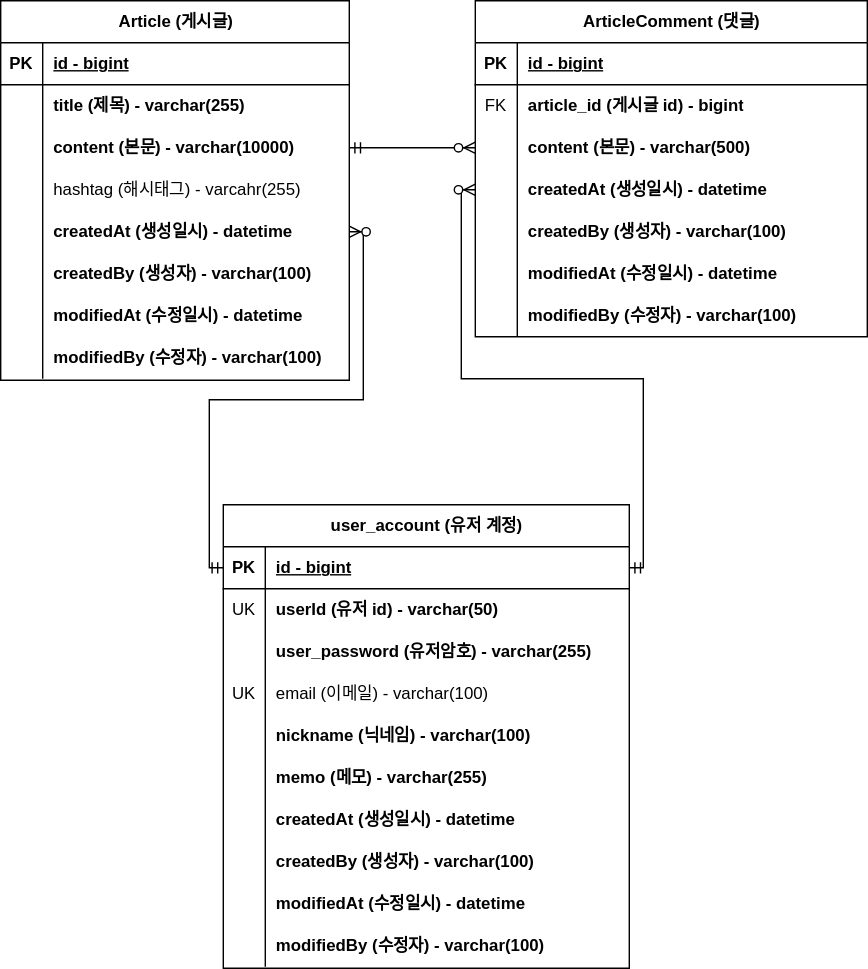
zjdtm/fastcampus-project-board keeps this draw.io diagram as document/project-board-erd.svg. Above is the earlier version. Source tidied: cells renumbered, new cells last; positions are measured from the earlier drawing's top-left corner, leaving out a move shared by most shapes.
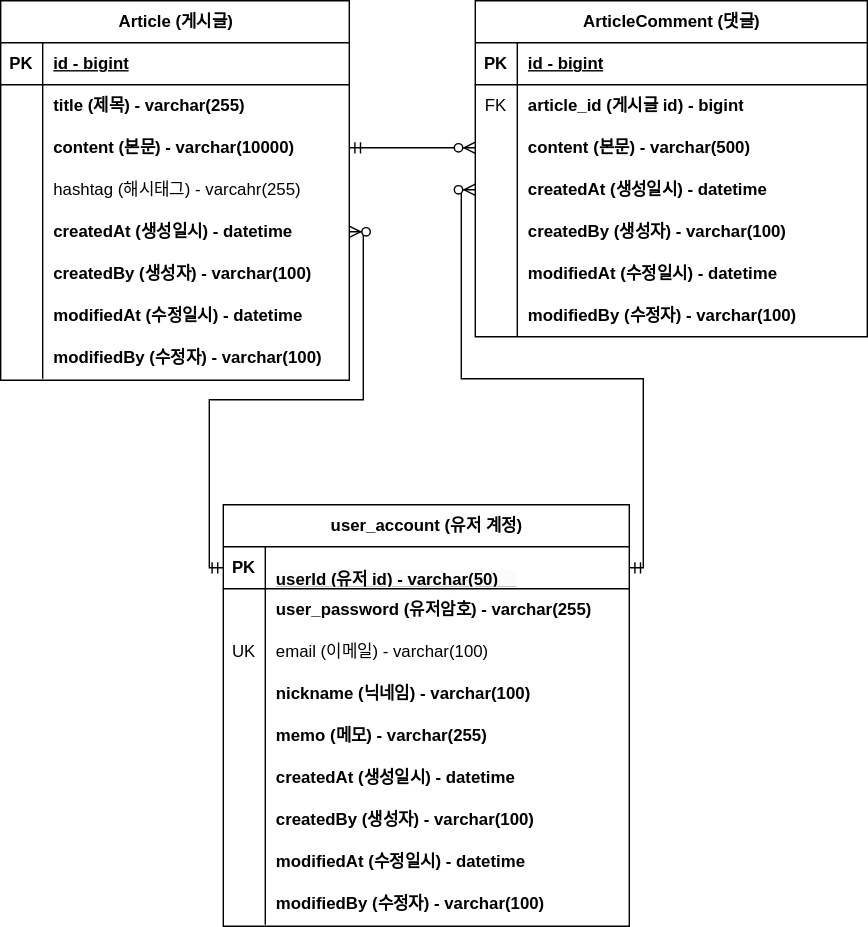
After the commit.

Commit message:
회원 계정 기존 `id` 를 삭제하고 `user_id`를 pk 로 변경하는 그림 적용

Change to the diagram source:
```diff
@@ -147,7 +147,7 @@
       <mxGeometry relative="1" as="geometry" />
     </mxCell>
     <mxCell id="50" value="user_account (유저 계정)" style="shape=table;startSize=30;rowLines=0;fontStyle=1;align=center;html=1;" parent="1" vertex="1">
-      <mxGeometry x="159" y="360" width="290" height="331" as="geometry" />
+      <mxGeometry x="159" y="360" width="290" height="301" as="geometry" />
     </mxCell>
     <mxCell id="51" style="shape=tableRow;horizontal=0;startSize=0;swimlaneHead=0;swimlaneBody=0;fillColor=none;points=[[0,0.5],[1,0.5]];portConstraint=eastwest;top=0;left=0;right=0;bottom=1;" parent="50" vertex="1">
       <mxGeometry y="30" width="290" height="30" as="geometry" />
@@ -155,20 +155,11 @@
     <mxCell id="52" value="PK" style="shape=partialRectangle;fillColor=none;top=0;left=0;bottom=0;right=0;fontStyle=1;overflow=hidden;whiteSpace=wrap;html=1;" parent="51" vertex="1">
       <mxGeometry width="30" height="30" as="geometry" />
     </mxCell>
-    <mxCell id="53" value="id - bigint" style="shape=partialRectangle;fillColor=none;top=0;left=0;bottom=0;right=0;align=left;spacingLeft=6;fontStyle=5;overflow=hidden;whiteSpace=wrap;html=1;" parent="51" vertex="1">
+    <mxCell id="53" value="&lt;br&gt;&lt;span style=&quot;color: rgb(0, 0, 0); font-family: Helvetica; font-size: 12px; font-style: normal; font-variant-ligatures: normal; font-variant-caps: normal; font-weight: 700; letter-spacing: normal; orphans: 2; text-indent: 0px; text-transform: none; widows: 2; word-spacing: 0px; -webkit-text-stroke-width: 0px; background-color: rgb(251, 251, 251); text-decoration-thickness: initial; text-decoration-style: initial; text-decoration-color: initial; float: none; display: inline !important;&quot;&gt;userId (유저 id) - varchar(50)&lt;/span&gt;&lt;span style=&quot;border-color: var(--border-color); color: rgb(0, 0, 0); font-family: Helvetica; font-size: 12px; font-style: normal; font-variant-ligatures: normal; font-variant-caps: normal; font-weight: 700; letter-spacing: normal; orphans: 2; text-indent: 0px; text-transform: none; widows: 2; word-spacing: 0px; -webkit-text-stroke-width: 0px; background-color: rgb(251, 251, 251); text-decoration-thickness: initial; text-decoration-style: initial; text-decoration-color: initial;&quot;&gt;&lt;span style=&quot;white-space: pre;&quot;&gt;&amp;nbsp;&amp;nbsp;&amp;nbsp;&amp;nbsp;&lt;/span&gt;&lt;/span&gt;&lt;br&gt;" style="shape=partialRectangle;fillColor=none;top=0;left=0;bottom=0;right=0;align=left;spacingLeft=6;fontStyle=5;overflow=hidden;whiteSpace=wrap;html=1;" parent="51" vertex="1">
       <mxGeometry x="30" width="260" height="30" as="geometry" />
     </mxCell>
-    <mxCell id="54" style="shape=tableRow;horizontal=0;startSize=0;swimlaneHead=0;swimlaneBody=0;fillColor=none;top=0;left=0;right=0;bottom=0;" parent="50" vertex="1">
-      <mxGeometry y="60" width="290" height="30" as="geometry" />
-    </mxCell>
-    <mxCell id="55" value="UK" style="shape=partialRectangle;fillColor=none;top=0;left=0;bottom=0;right=0;overflow=hidden;whiteSpace=wrap;html=1;" parent="54" vertex="1">
-      <mxGeometry width="30" height="30" as="geometry" />
-    </mxCell>
-    <mxCell id="56" value="userId (유저 id) - varchar(50)&lt;span style=&quot;white-space: pre;&quot;&gt;&#9;&lt;/span&gt;&lt;br&gt;" style="shape=partialRectangle;fillColor=none;top=0;left=0;bottom=0;right=0;align=left;spacingLeft=6;overflow=hidden;whiteSpace=wrap;html=1;fontStyle=1;" parent="54" vertex="1">
-      <mxGeometry x="30" width="260" height="30" as="geometry" />
-    </mxCell>
     <mxCell id="57" style="shape=tableRow;horizontal=0;startSize=0;swimlaneHead=0;swimlaneBody=0;fillColor=none;top=0;left=0;right=0;bottom=0;" parent="50" vertex="1">
-      <mxGeometry y="90" width="290" height="30" as="geometry" />
+      <mxGeometry y="60" width="290" height="30" as="geometry" />
     </mxCell>
     <mxCell id="58" style="shape=partialRectangle;fillColor=none;top=0;left=0;bottom=0;right=0;overflow=hidden;whiteSpace=wrap;html=1;" parent="57" vertex="1">
       <mxGeometry width="30" height="30" as="geometry" />
@@ -177,7 +168,7 @@
       <mxGeometry x="30" width="260" height="30" as="geometry" />
     </mxCell>
     <mxCell id="60" style="shape=tableRow;horizontal=0;startSize=0;swimlaneHead=0;swimlaneBody=0;fillColor=none;top=0;left=0;right=0;bottom=0;" parent="50" vertex="1">
-      <mxGeometry y="120" width="290" height="30" as="geometry" />
+      <mxGeometry y="90" width="290" height="30" as="geometry" />
     </mxCell>
     <mxCell id="61" value="UK" style="shape=partialRectangle;fillColor=none;top=0;left=0;bottom=0;right=0;overflow=hidden;whiteSpace=wrap;html=1;" parent="60" vertex="1">
       <mxGeometry width="30" height="30" as="geometry" />
@@ -186,7 +177,7 @@
       <mxGeometry x="30" width="260" height="30" as="geometry" />
     </mxCell>
     <mxCell id="63" style="shape=tableRow;horizontal=0;startSize=0;swimlaneHead=0;swimlaneBody=0;fillColor=none;top=0;left=0;right=0;bottom=0;" parent="50" vertex="1">
-      <mxGeometry y="150" width="290" height="30" as="geometry" />
+      <mxGeometry y="120" width="290" height="30" as="geometry" />
     </mxCell>
     <mxCell id="64" style="shape=partialRectangle;fillColor=none;top=0;left=0;bottom=0;right=0;overflow=hidden;whiteSpace=wrap;html=1;" parent="63" vertex="1">
       <mxGeometry width="30" height="30" as="geometry" />
@@ -195,7 +186,7 @@
       <mxGeometry x="30" width="260" height="30" as="geometry" />
     </mxCell>
     <mxCell id="66" style="shape=tableRow;horizontal=0;startSize=0;swimlaneHead=0;swimlaneBody=0;fillColor=none;top=0;left=0;right=0;bottom=0;" parent="50" vertex="1">
-      <mxGeometry y="180" width="290" height="30" as="geometry" />
+      <mxGeometry y="150" width="290" height="30" as="geometry" />
     </mxCell>
     <mxCell id="67" style="shape=partialRectangle;fillColor=none;top=0;left=0;bottom=0;right=0;overflow=hidden;whiteSpace=wrap;html=1;" parent="66" vertex="1">
       <mxGeometry width="30" height="30" as="geometry" />
@@ -204,7 +195,7 @@
       <mxGeometry x="30" width="260" height="30" as="geometry" />
     </mxCell>
     <mxCell id="69" style="shape=tableRow;horizontal=0;startSize=0;swimlaneHead=0;swimlaneBody=0;fillColor=none;top=0;left=0;right=0;bottom=0;" parent="50" vertex="1">
-      <mxGeometry y="210" width="290" height="30" as="geometry" />
+      <mxGeometry y="180" width="290" height="30" as="geometry" />
     </mxCell>
     <mxCell id="70" value="&lt;span style=&quot;white-space: pre;&quot;&gt;&#9;&lt;/span&gt;&lt;span style=&quot;white-space: pre;&quot;&gt;&#9;&lt;/span&gt;&lt;span style=&quot;white-space: pre;&quot;&gt;&#9;&lt;/span&gt;&lt;span style=&quot;white-space: pre;&quot;&gt;&#9;&lt;/span&gt;" style="shape=partialRectangle;fillColor=none;top=0;left=0;bottom=0;right=0;overflow=hidden;whiteSpace=wrap;html=1;" parent="69" vertex="1">
       <mxGeometry width="30" height="30" as="geometry" />
@@ -213,7 +204,7 @@
       <mxGeometry x="30" width="260" height="30" as="geometry" />
     </mxCell>
     <mxCell id="72" style="shape=tableRow;horizontal=0;startSize=0;swimlaneHead=0;swimlaneBody=0;fillColor=none;top=0;left=0;right=0;bottom=0;" parent="50" vertex="1">
-      <mxGeometry y="240" width="290" height="30" as="geometry" />
+      <mxGeometry y="210" width="290" height="30" as="geometry" />
     </mxCell>
     <mxCell id="73" value="&lt;br&gt;" style="shape=partialRectangle;fillColor=none;top=0;left=0;bottom=0;right=0;overflow=hidden;whiteSpace=wrap;html=1;" parent="72" vertex="1">
       <mxGeometry width="30" height="30" as="geometry" />
@@ -222,7 +213,7 @@
       <mxGeometry x="30" width="260" height="30" as="geometry" />
     </mxCell>
     <mxCell id="75" style="shape=tableRow;horizontal=0;startSize=0;swimlaneHead=0;swimlaneBody=0;fillColor=none;top=0;left=0;right=0;bottom=0;" parent="50" vertex="1">
-      <mxGeometry y="270" width="290" height="30" as="geometry" />
+      <mxGeometry y="240" width="290" height="30" as="geometry" />
     </mxCell>
     <mxCell id="76" value="&lt;br&gt;" style="shape=partialRectangle;fillColor=none;top=0;left=0;bottom=0;right=0;overflow=hidden;whiteSpace=wrap;html=1;" parent="75" vertex="1">
       <mxGeometry width="30" height="30" as="geometry" />
@@ -231,7 +222,7 @@
       <mxGeometry x="30" width="260" height="30" as="geometry" />
     </mxCell>
     <mxCell id="78" style="shape=tableRow;horizontal=0;startSize=0;swimlaneHead=0;swimlaneBody=0;fillColor=none;top=0;left=0;right=0;bottom=0;" parent="50" vertex="1">
-      <mxGeometry y="300" width="290" height="30" as="geometry" />
+      <mxGeometry y="270" width="290" height="30" as="geometry" />
     </mxCell>
     <mxCell id="79" value="&lt;br&gt;" style="shape=partialRectangle;fillColor=none;top=0;left=0;bottom=0;right=0;overflow=hidden;whiteSpace=wrap;html=1;" parent="78" vertex="1">
       <mxGeometry width="30" height="30" as="geometry" />
```
